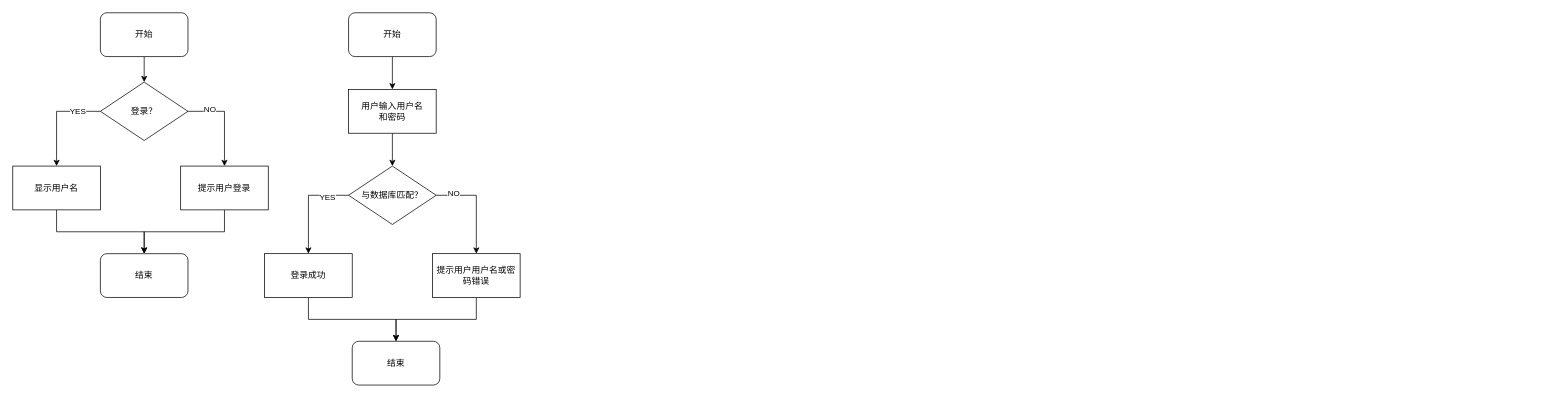
Earlier version of the draw.io diagram page "Page-12" (12 of 12) of 开题报告.drawio (justxuewei/draw.io). Source tidied: cells renumbered, new cells numbered last; positions are measured from the earlier drawing's top-left corner, leaving out a move shared by most shapes. Both pictures are drawn from the tidied source at 73%, with x=0, y=0 at pixel (12, 12).
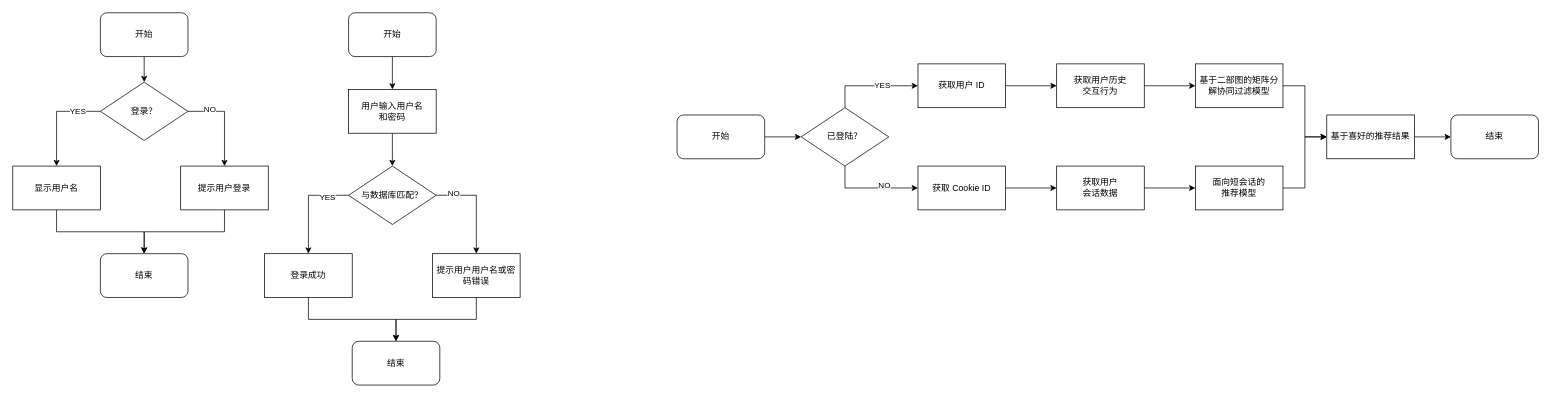
Above is the later version.

What changed in the source:
```diff
@@
+    <mxCell id="28" style="edgeStyle=orthogonalEdgeStyle;rounded=0;jettySize=auto;html=1;exitX=1;exitY=0.5;exitDx=0;exitDy=0;entryX=0;entryY=0.5;entryDx=0;entryDy=0;" parent="1" edge="1" source="29" target="34">
+      <mxGeometry relative="1" as="geometry" />
+    </mxCell>
+    <mxCell id="29" value="开始" style="rounded=1;whiteSpace=wrap;html=1;" parent="1" vertex="1">
+      <mxGeometry x="910" y="140" width="120" height="60" as="geometry" />
+    </mxCell>
+    <mxCell id="30" style="edgeStyle=orthogonalEdgeStyle;rounded=0;jettySize=auto;html=1;exitX=0.5;exitY=0;exitDx=0;exitDy=0;entryX=0;entryY=0.5;entryDx=0;entryDy=0;" parent="1" edge="1" source="34" target="36">
+      <mxGeometry relative="1" as="geometry" />
+    </mxCell>
+    <mxCell id="31" value="YES" style="edgeLabel;html=1;align=center;verticalAlign=middle;" parent="30" vertex="1">
+      <mxGeometry x="0.23" y="1" relative="1" as="geometry" />
+    </mxCell>
+    <mxCell id="32" style="edgeStyle=orthogonalEdgeStyle;rounded=0;jettySize=auto;html=1;exitX=0.5;exitY=1;exitDx=0;exitDy=0;entryX=0;entryY=0.5;entryDx=0;entryDy=0;" parent="1" edge="1" source="34" target="38">
+      <mxGeometry relative="1" as="geometry" />
+    </mxCell>
+    <mxCell id="33" value="NO" style="edgeLabel;html=1;align=center;verticalAlign=middle;" parent="32" vertex="1">
+      <mxGeometry x="0.28" y="4" relative="1" as="geometry" />
+    </mxCell>
+    <mxCell id="34" value="已登陆？" style="rhombus;whiteSpace=wrap;html=1;" parent="1" vertex="1">
+      <mxGeometry x="1080" y="130" width="120" height="80" as="geometry" />
+    </mxCell>
+    <mxCell id="35" style="edgeStyle=orthogonalEdgeStyle;rounded=0;jettySize=auto;html=1;exitX=1;exitY=0.5;exitDx=0;exitDy=0;entryX=0;entryY=0.5;entryDx=0;entryDy=0;" parent="1" edge="1" source="36" target="40">
+      <mxGeometry relative="1" as="geometry" />
+    </mxCell>
+    <mxCell id="36" value="获取用户 ID" style="rounded=0;whiteSpace=wrap;html=1;" parent="1" vertex="1">
+      <mxGeometry x="1240" y="70" width="120" height="60" as="geometry" />
+    </mxCell>
+    <mxCell id="37" style="edgeStyle=orthogonalEdgeStyle;rounded=0;jettySize=auto;html=1;exitX=1;exitY=0.5;exitDx=0;exitDy=0;entryX=0;entryY=0.5;entryDx=0;entryDy=0;" parent="1" edge="1" source="38" target="42">
+      <mxGeometry relative="1" as="geometry" />
+    </mxCell>
+    <mxCell id="38" value="获取 Cookie ID" style="rounded=0;whiteSpace=wrap;html=1;" parent="1" vertex="1">
+      <mxGeometry x="1240" y="210" width="120" height="60" as="geometry" />
+    </mxCell>
+    <mxCell id="39" style="edgeStyle=orthogonalEdgeStyle;rounded=0;jettySize=auto;html=1;exitX=1;exitY=0.5;exitDx=0;exitDy=0;" parent="1" edge="1" source="40" target="44">
+      <mxGeometry relative="1" as="geometry" />
+    </mxCell>
+    <mxCell id="40" value="获取用户历史&lt;br&gt;交互行为" style="rounded=0;whiteSpace=wrap;html=1;" parent="1" vertex="1">
+      <mxGeometry x="1430" y="70" width="120" height="60" as="geometry" />
+    </mxCell>
+    <mxCell id="41" style="edgeStyle=orthogonalEdgeStyle;rounded=0;jettySize=auto;html=1;exitX=1;exitY=0.5;exitDx=0;exitDy=0;entryX=0;entryY=0.5;entryDx=0;entryDy=0;" parent="1" edge="1" source="42" target="46">
+      <mxGeometry relative="1" as="geometry" />
+    </mxCell>
+    <mxCell id="42" value="获取用户&lt;br&gt;会话数据" style="rounded=0;whiteSpace=wrap;html=1;" parent="1" vertex="1">
+      <mxGeometry x="1430" y="210" width="120" height="60" as="geometry" />
+    </mxCell>
+    <mxCell id="43" style="edgeStyle=orthogonalEdgeStyle;rounded=0;jettySize=auto;html=1;exitX=1;exitY=0.5;exitDx=0;exitDy=0;entryX=0;entryY=0.5;entryDx=0;entryDy=0;" parent="1" edge="1" source="44" target="48">
+      <mxGeometry relative="1" as="geometry" />
+    </mxCell>
+    <mxCell id="44" value="基于二部图的矩阵分解协同过滤模型" style="rounded=0;whiteSpace=wrap;html=1;" parent="1" vertex="1">
+      <mxGeometry x="1620" y="70" width="120" height="60" as="geometry" />
+    </mxCell>
+    <mxCell id="45" style="edgeStyle=orthogonalEdgeStyle;rounded=0;jettySize=auto;html=1;exitX=1;exitY=0.5;exitDx=0;exitDy=0;entryX=0;entryY=0.5;entryDx=0;entryDy=0;" parent="1" edge="1" source="46" target="48">
+      <mxGeometry relative="1" as="geometry" />
+    </mxCell>
+    <mxCell id="46" value="面向短会话的&lt;br&gt;推荐模型" style="rounded=0;whiteSpace=wrap;html=1;" parent="1" vertex="1">
+      <mxGeometry x="1620" y="210" width="120" height="60" as="geometry" />
+    </mxCell>
+    <mxCell id="47" style="edgeStyle=orthogonalEdgeStyle;rounded=0;jettySize=auto;html=1;" parent="1" edge="1" source="48" target="49">
+      <mxGeometry relative="1" as="geometry" />
+    </mxCell>
+    <mxCell id="48" value="基于喜好的推荐结果" style="rounded=0;whiteSpace=wrap;html=1;" parent="1" vertex="1">
+      <mxGeometry x="1800" y="140" width="120" height="60" as="geometry" />
+    </mxCell>
+    <mxCell id="49" value="结束" style="rounded=1;whiteSpace=wrap;html=1;" parent="1" vertex="1">
+      <mxGeometry x="1970" y="140" width="120" height="60" as="geometry" />
+    </mxCell>
```
